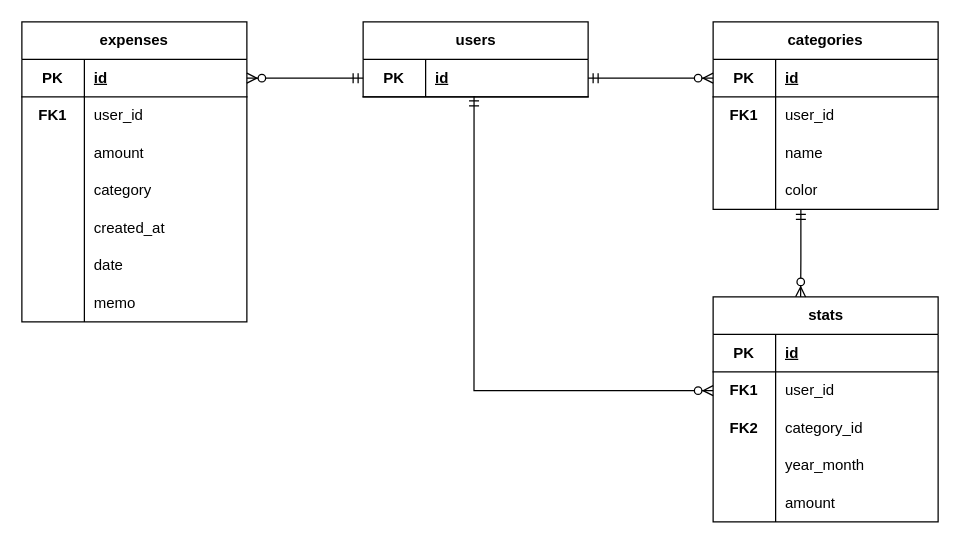
Above: erd.drawio in yosuke1234567/kakeibo-nuxt (draw.io), before the change. Source tidied: cells renumbered, new cells numbered last; positions are measured from the earlier drawing's top-left corner, leaving out a move shared by most shapes. Both pictures are drawn from the tidied source at 125%, with x=0, y=0 at pixel (21, 21).
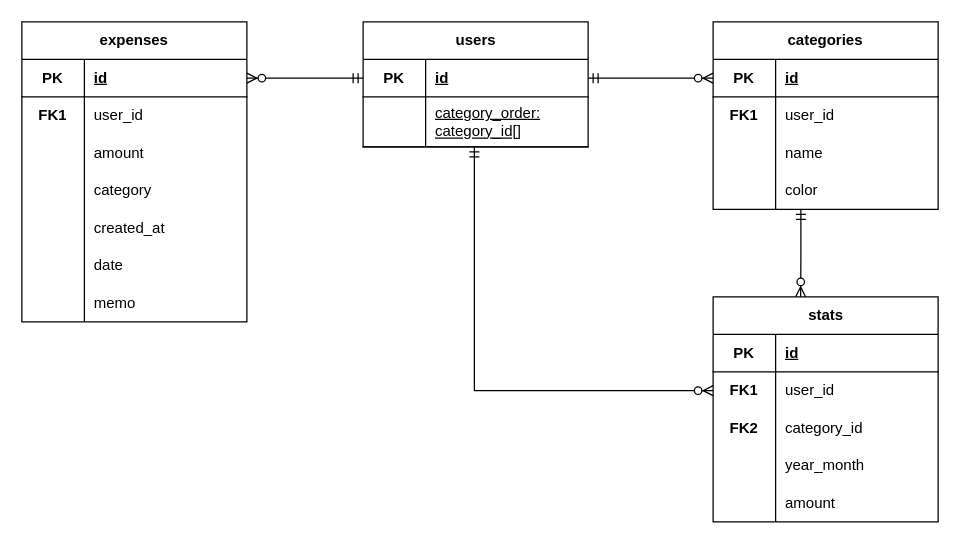
After the change.

The change refers to these unchanged cells:
```xml
<mxCell id="3" style="shape=tableRow;horizontal=0;startSize=0;swimlaneHead=0;swimlaneBody=0;fillColor=none;points=[[0,0.5],[1,0.5]];portConstraint=eastwest;top=0;left=0;right=0;bottom=1;" parent="2" vertex="1">
  <mxGeometry y="30" width="180" height="30" as="geometry" />
</mxCell>
<mxCell id="45" style="shape=tableRow;horizontal=0;startSize=0;swimlaneHead=0;swimlaneBody=0;fillColor=none;points=[[0,0.5],[1,0.5]];portConstraint=eastwest;top=0;left=0;right=0;bottom=0;" parent="41" vertex="1">
  <mxGeometry y="60" width="180" height="30" as="geometry" />
</mxCell>
```

Diff of the diagram source:
```diff
@@
     <mxCell id="2" value="users" style="shape=table;startSize=30;childLayout=tableLayout;rowLines=0;fontStyle=1;align=center;html=1;" parent="1" vertex="1">
-      <mxGeometry x="273" width="180" height="60" as="geometry" />
+      <mxGeometry x="273" width="180" height="100" as="geometry" />
     </mxCell>
@@
+    <mxCell id="61" style="shape=tableRow;horizontal=0;startSize=0;swimlaneHead=0;swimlaneBody=0;fillColor=none;top=0;left=0;right=0;bottom=1;" parent="2" vertex="1">
+      <mxGeometry y="60" width="180" height="40" as="geometry" />
+    </mxCell>
+    <mxCell id="62" style="shape=partialRectangle;fillColor=none;top=0;left=0;bottom=0;right=0;fontStyle=1;overflow=hidden;whiteSpace=wrap;html=1;" parent="61" vertex="1">
+      <mxGeometry width="50" height="40" as="geometry" />
+    </mxCell>
+    <mxCell id="63" value="&lt;span style=&quot;font-weight: normal;&quot;&gt;category_order: category_id[]&lt;/span&gt;" style="shape=partialRectangle;fillColor=none;top=0;left=0;bottom=0;right=0;align=left;spacingLeft=6;fontStyle=5;overflow=hidden;whiteSpace=wrap;html=1;" parent="61" vertex="1">
+      <mxGeometry x="50" width="130" height="40" as="geometry" />
+    </mxCell>
@@
-    <mxCell id="58" style="edgeStyle=orthogonalEdgeStyle;fontSize=12;html=1;endArrow=ERzeroToMany;startArrow=ERmandOne;rounded=0;entryX=0;entryY=0.5;entryDx=0;entryDy=0;exitX=0.493;exitY=0.974;exitDx=0;exitDy=0;exitPerimeter=0;" parent="1" edge="1" source="3" target="45">
+    <mxCell id="58" style="edgeStyle=orthogonalEdgeStyle;fontSize=12;html=1;endArrow=ERzeroToMany;startArrow=ERmandOne;rounded=0;entryX=0;entryY=0.5;entryDx=0;entryDy=0;" parent="1" edge="1" target="45">
       <mxGeometry relative="1" as="geometry">
+        <mxPoint x="362" y="100" as="sourcePoint" />
         <Array as="points">
           <mxPoint x="362" y="295" />
         </Array>
       </mxGeometry>
     </mxCell>
```
